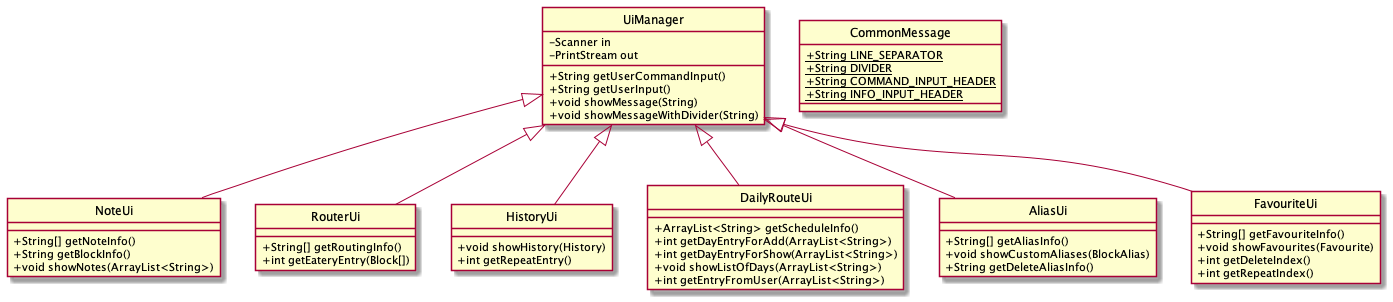
Earlier version of the PlantUML export docs/images/ui_design.png (nus-cs2113-AY2021S2/tp).
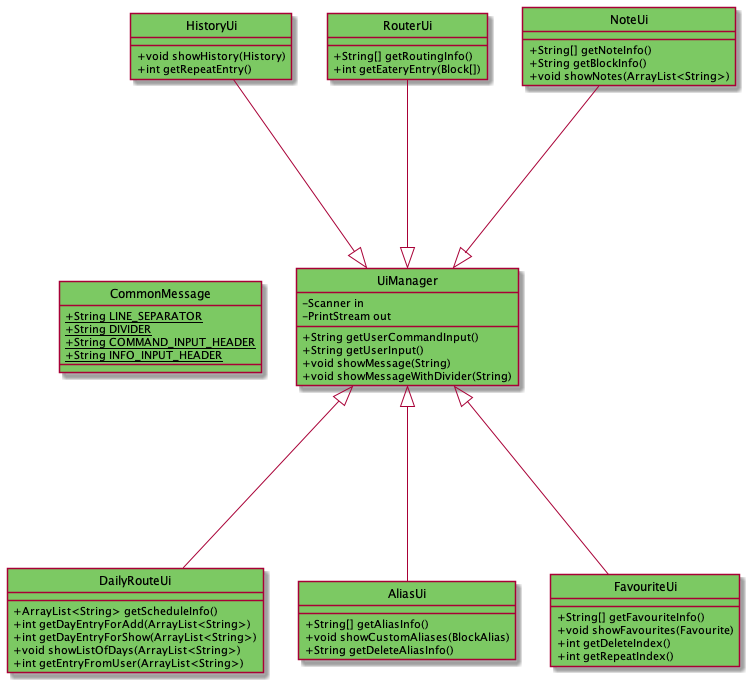
Later version of the same file.

Commit message:
Update UI class diagram

The edit, as a diff of the source:
```diff
@@ -1,17 +1,18 @@
 @startuml
+!include Style.puml
 hide circle
 skinparam classAttributeIconSize 0
 
-class NoteUi {
+class NoteUi UIMANAGER_COLOR{
 + String[] getNoteInfo()
 + String getBlockInfo()
 + void showNotes(ArrayList<String>)
 }
-class RouterUi {
+class RouterUi UIMANAGER_COLOR{
 + String[] getRoutingInfo()
 + int getEateryEntry(Block[])
 }
-class UiManager {
+class UiManager UIMANAGER_COLOR{
 - Scanner in
 - PrintStream out
 + String getUserCommandInput()
@@ -19,40 +20,40 @@
 + void showMessage(String)
 + void showMessageWithDivider(String)
 }
-class HistoryUi {
+class HistoryUi UIMANAGER_COLOR{
 + void showHistory(History)
 + int getRepeatEntry()
 }
-class CommonMessage {
+class CommonMessage UIMANAGER_COLOR{
 + {static} String LINE_SEPARATOR
 + {static} String DIVIDER
 + {static} String COMMAND_INPUT_HEADER
 + {static} String INFO_INPUT_HEADER
 }
-class DailyRouteUi {
+class DailyRouteUi UIMANAGER_COLOR{
 + ArrayList<String> getScheduleInfo()
 + int getDayEntryForAdd(ArrayList<String>)
 + int getDayEntryForShow(ArrayList<String>)
 + void showListOfDays(ArrayList<String>)
 + int getEntryFromUser(ArrayList<String>)
 }
-class AliasUi {
+class AliasUi UIMANAGER_COLOR{
 + String[] getAliasInfo()
 + void showCustomAliases(BlockAlias)
 + String getDeleteAliasInfo()
 }
-class FavouriteUi {
+class FavouriteUi UIMANAGER_COLOR{
 + String[] getFavouriteInfo()
 + void showFavourites(Favourite)
 + int getDeleteIndex()
 + int getRepeatIndex()
 }
 
-
-UiManager <|-- NoteUi
-UiManager <|-- RouterUi
-UiManager <|-- HistoryUi
-UiManager <|-- DailyRouteUi
-UiManager <|-- AliasUi
-UiManager <|-- FavouriteUi
+UiManager <|--up-- NoteUi
+UiManager <|--up-- RouterUi
+UiManager <|--up-- HistoryUi
+UiManager <|--down-- DailyRouteUi
+UiManager <|--down-- AliasUi
+UiManager <|--down-- FavouriteUi
+UiManager <|--left[hidden]-- CommonMessage
 @enduml
```
